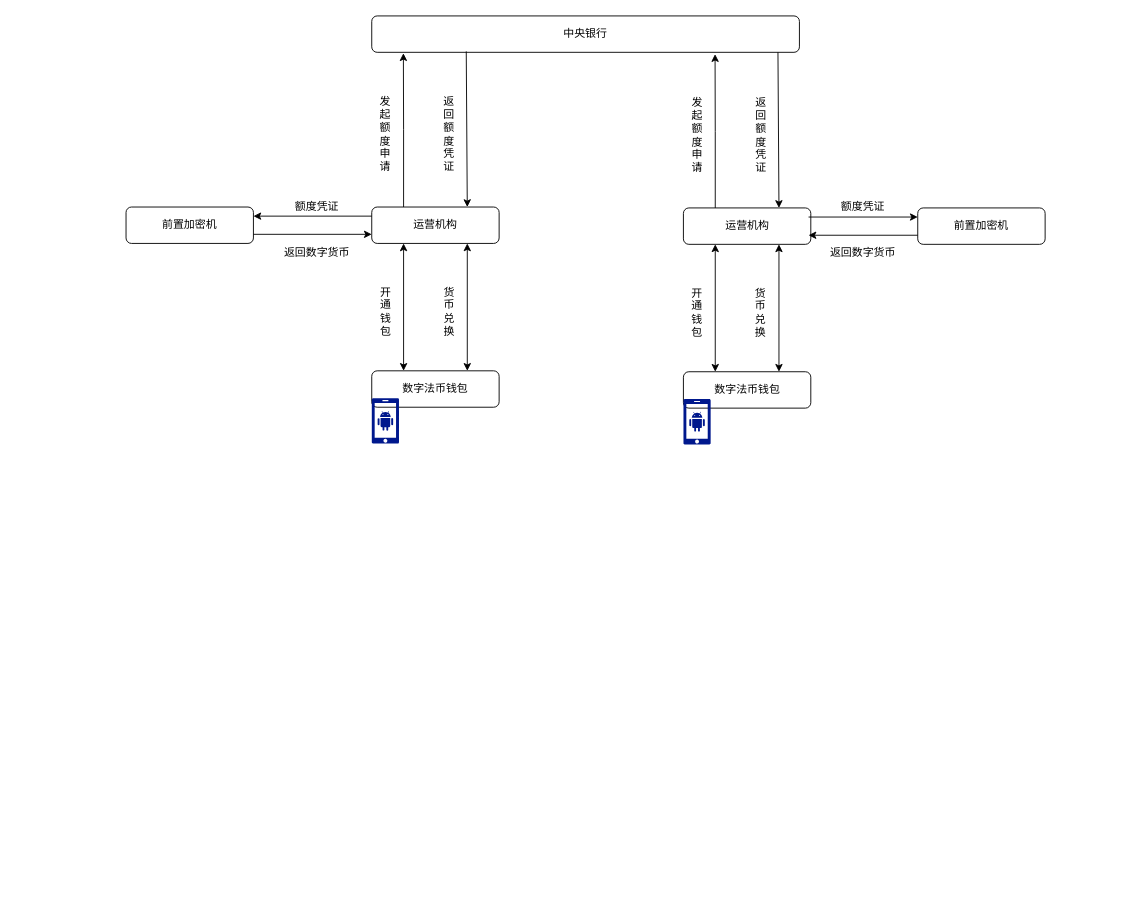
Above: 数字法币.drawio in jxu86/project-uml (draw.io), before the change. Source tidied: cells renumbered, new cells numbered last; positions are measured from the earlier drawing's top-left corner, leaving out a move shared by most shapes. Both pictures are drawn from the tidied source at 91%, with x=0, y=0 at pixel (126, 15).
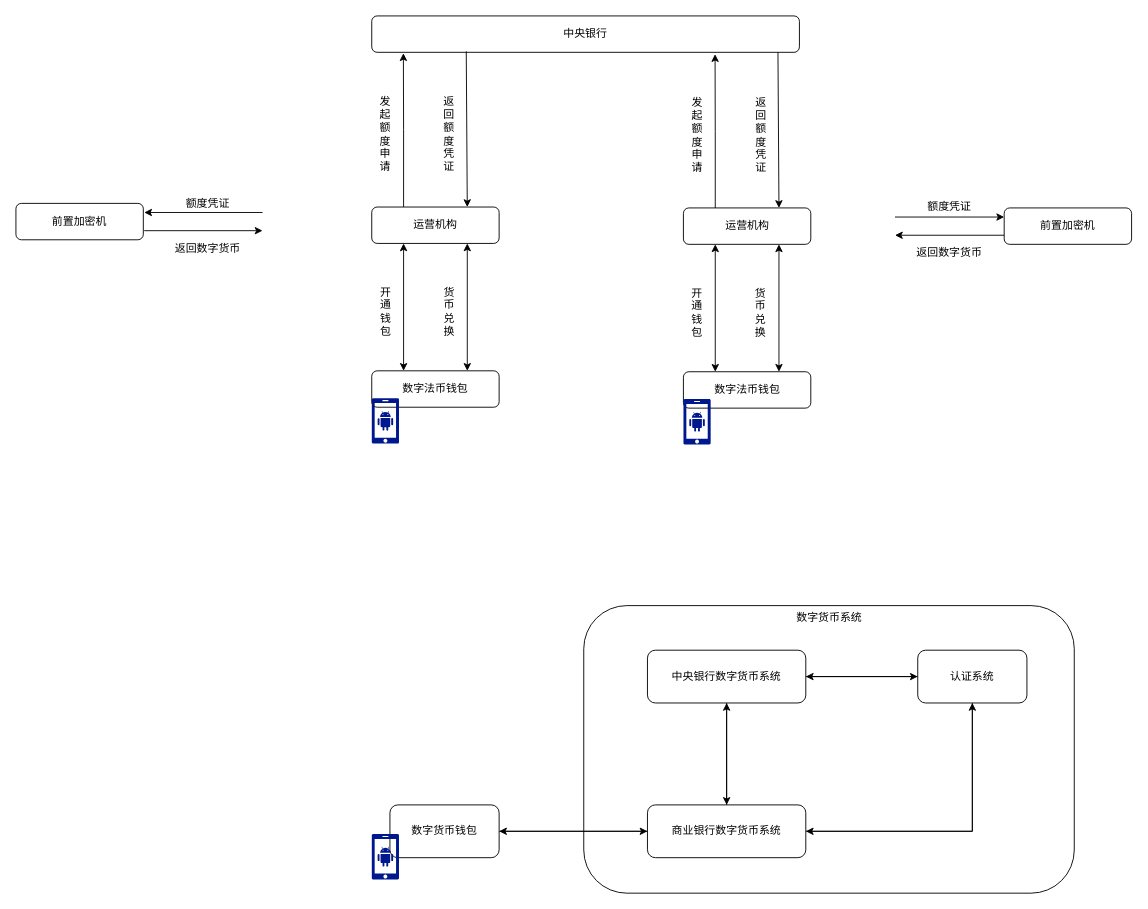
Above is the later version.

The change refers to these unchanged cells:
```xml
<mxCell id="4" value="运营机构" style="rounded=1;whiteSpace=wrap;html=1;" parent="1" vertex="1">
  <mxGeometry x="270" y="210" width="140" height="40" as="geometry" />
</mxCell>
```

Change to the diagram source:
```diff
@@
+    <mxCell id="35" style="rounded=1;whiteSpace=wrap;html=1;" parent="1" vertex="1">
+      <mxGeometry x="503" y="648" width="539" height="316" as="geometry" />
+    </mxCell>
@@
     <mxCell id="5" value="前置加密机" style="rounded=1;whiteSpace=wrap;html=1;" parent="1" vertex="1">
-      <mxGeometry y="210" width="140" height="40" as="geometry" />
+      <mxGeometry x="-121" y="206" width="140" height="40" as="geometry" />
     </mxCell>
@@
-    <mxCell id="14" style="endArrow=classic;html=1;exitX=0;exitY=0.25;exitDx=0;exitDy=0;entryX=1;entryY=0.25;entryDx=0;entryDy=0;" parent="1" edge="1" source="4" target="5">
-      <mxGeometry relative="1" as="geometry" />
+    <mxCell id="14" style="endArrow=classic;html=1;exitX=0;exitY=0.25;exitDx=0;exitDy=0;entryX=1;entryY=0.25;entryDx=0;entryDy=0;" parent="1" edge="1">
+      <mxGeometry relative="1" as="geometry">
+        <mxPoint x="150" y="216" as="sourcePoint" />
+        <mxPoint x="20" y="216" as="targetPoint" />
+      </mxGeometry>
     </mxCell>
-    <mxCell id="15" style="endArrow=classic;html=1;exitX=1;exitY=0.75;exitDx=0;exitDy=0;entryX=0;entryY=0.75;entryDx=0;entryDy=0;" parent="1" edge="1" source="5" target="4">
-      <mxGeometry relative="1" as="geometry" />
+    <mxCell id="15" style="endArrow=classic;html=1;exitX=1;exitY=0.75;exitDx=0;exitDy=0;entryX=0;entryY=0.75;entryDx=0;entryDy=0;" parent="1" edge="1">
+      <mxGeometry relative="1" as="geometry">
+        <mxPoint x="20" y="236" as="sourcePoint" />
+        <mxPoint x="150" y="236" as="targetPoint" />
+      </mxGeometry>
     </mxCell>
     <mxCell id="16" value="额度凭证" style="text;html=1;strokeColor=none;fillColor=none;align=center;verticalAlign=middle;whiteSpace=wrap;rounded=0;" parent="1" vertex="1">
-      <mxGeometry x="180" y="200" width="60" height="20" as="geometry" />
+      <mxGeometry x="60" y="196" width="60" height="20" as="geometry" />
     </mxCell>
     <mxCell id="17" value="返回数字货币" style="text;html=1;strokeColor=none;fillColor=none;align=center;verticalAlign=middle;whiteSpace=wrap;rounded=0;" parent="1" vertex="1">
-      <mxGeometry x="170" y="250" width="80" height="20" as="geometry" />
+      <mxGeometry x="50" y="246" width="80" height="20" as="geometry" />
     </mxCell>
@@
     <mxCell id="21" value="前置加密机" style="rounded=1;whiteSpace=wrap;html=1;" parent="1" vertex="1">
-      <mxGeometry x="870" y="211" width="140" height="40" as="geometry" />
+      <mxGeometry x="965" y="211" width="140" height="40" as="geometry" />
     </mxCell>
@@
     <mxCell id="30" style="endArrow=classic;html=1;" parent="1" edge="1">
       <mxGeometry relative="1" as="geometry">
-        <mxPoint x="750" y="221" as="sourcePoint" />
-        <mxPoint x="870" y="221" as="targetPoint" />
+        <mxPoint x="845" y="221" as="sourcePoint" />
+        <mxPoint x="965" y="221" as="targetPoint" />
       </mxGeometry>
     </mxCell>
     <mxCell id="31" style="endArrow=classic;html=1;" parent="1" edge="1">
       <mxGeometry relative="1" as="geometry">
-        <mxPoint x="870" y="241" as="sourcePoint" />
-        <mxPoint x="750" y="241" as="targetPoint" />
+        <mxPoint x="965" y="241" as="sourcePoint" />
+        <mxPoint x="845" y="241" as="targetPoint" />
       </mxGeometry>
     </mxCell>
     <mxCell id="32" value="额度凭证" style="text;html=1;strokeColor=none;fillColor=none;align=center;verticalAlign=middle;whiteSpace=wrap;rounded=0;" parent="1" vertex="1">
-      <mxGeometry x="780" y="200" width="60" height="20" as="geometry" />
+      <mxGeometry x="875" y="200" width="60" height="20" as="geometry" />
     </mxCell>
     <mxCell id="33" value="返回数字货币" style="text;html=1;strokeColor=none;fillColor=none;align=center;verticalAlign=middle;whiteSpace=wrap;rounded=0;" parent="1" vertex="1">
-      <mxGeometry x="770" y="250" width="80" height="20" as="geometry" />
+      <mxGeometry x="865" y="250" width="80" height="20" as="geometry" />
     </mxCell>
@@
+    <mxCell id="36" style="edgeStyle=orthogonalEdgeStyle;rounded=0;jettySize=auto;html=1;exitX=1;exitY=0.5;exitDx=0;exitDy=0;" parent="1" edge="1" source="38" target="45">
+      <mxGeometry relative="1" as="geometry" />
+    </mxCell>
+    <mxCell id="37" style="edgeStyle=orthogonalEdgeStyle;rounded=0;jettySize=auto;html=1;exitX=0.5;exitY=1;exitDx=0;exitDy=0;" parent="1" edge="1" source="38" target="42">
+      <mxGeometry relative="1" as="geometry" />
+    </mxCell>
+    <mxCell id="38" value="中央银行数字货币系统" style="rounded=1;whiteSpace=wrap;html=1;" parent="1" vertex="1">
+      <mxGeometry x="573" y="697" width="174" height="58" as="geometry" />
+    </mxCell>
+    <mxCell id="39" style="edgeStyle=orthogonalEdgeStyle;rounded=0;jettySize=auto;html=1;exitX=0.5;exitY=0;exitDx=0;exitDy=0;entryX=0.5;entryY=1;entryDx=0;entryDy=0;" parent="1" edge="1" source="42" target="38">
+      <mxGeometry relative="1" as="geometry" />
+    </mxCell>
+    <mxCell id="40" style="edgeStyle=orthogonalEdgeStyle;rounded=0;jettySize=auto;html=1;exitX=1;exitY=0.5;exitDx=0;exitDy=0;entryX=0.5;entryY=1;entryDx=0;entryDy=0;" parent="1" edge="1" source="42" target="45">
+      <mxGeometry relative="1" as="geometry" />
+    </mxCell>
+    <mxCell id="41" style="edgeStyle=orthogonalEdgeStyle;rounded=0;jettySize=auto;html=1;exitX=0;exitY=0.5;exitDx=0;exitDy=0;" parent="1" edge="1" source="42" target="47">
+      <mxGeometry relative="1" as="geometry" />
+    </mxCell>
+    <mxCell id="42" value="商业银行数字货币系统" style="rounded=1;whiteSpace=wrap;html=1;" parent="1" vertex="1">
+      <mxGeometry x="573" y="867" width="174" height="58" as="geometry" />
+    </mxCell>
+    <mxCell id="43" style="edgeStyle=orthogonalEdgeStyle;rounded=0;jettySize=auto;html=1;exitX=0;exitY=0.5;exitDx=0;exitDy=0;" parent="1" edge="1" source="45" target="38">
+      <mxGeometry relative="1" as="geometry" />
+    </mxCell>
+    <mxCell id="44" style="edgeStyle=orthogonalEdgeStyle;rounded=0;jettySize=auto;html=1;exitX=0.5;exitY=1;exitDx=0;exitDy=0;entryX=1;entryY=0.5;entryDx=0;entryDy=0;" parent="1" edge="1" source="45" target="42">
+      <mxGeometry relative="1" as="geometry" />
+    </mxCell>
+    <mxCell id="45" value="认证系统" style="rounded=1;whiteSpace=wrap;html=1;" parent="1" vertex="1">
+      <mxGeometry x="870" y="697" width="120" height="58" as="geometry" />
+    </mxCell>
+    <mxCell id="46" style="edgeStyle=orthogonalEdgeStyle;rounded=0;jettySize=auto;html=1;exitX=1;exitY=0.5;exitDx=0;exitDy=0;" parent="1" edge="1" source="47" target="42">
+      <mxGeometry relative="1" as="geometry" />
+    </mxCell>
+    <mxCell id="47" value="数字货币钱包" style="rounded=1;whiteSpace=wrap;html=1;" parent="1" vertex="1">
+      <mxGeometry x="290" y="867" width="120" height="58" as="geometry" />
+    </mxCell>
+    <mxCell id="48" style="shadow=0;dashed=0;html=1;strokeColor=none;labelPosition=center;verticalLabelPosition=bottom;verticalAlign=top;align=center;fillColor=#00188D;shape=mxgraph.mscae.enterprise.android_phone;" parent="1" vertex="1">
+      <mxGeometry x="270" y="899" width="30" height="50" as="geometry" />
+    </mxCell>
+    <mxCell id="49" value="数字货币系统" style="text;html=1;strokeColor=none;fillColor=none;align=center;verticalAlign=middle;whiteSpace=wrap;rounded=0;" parent="1" vertex="1">
+      <mxGeometry x="735.5" y="651" width="74" height="19" as="geometry" />
+    </mxCell>
```
